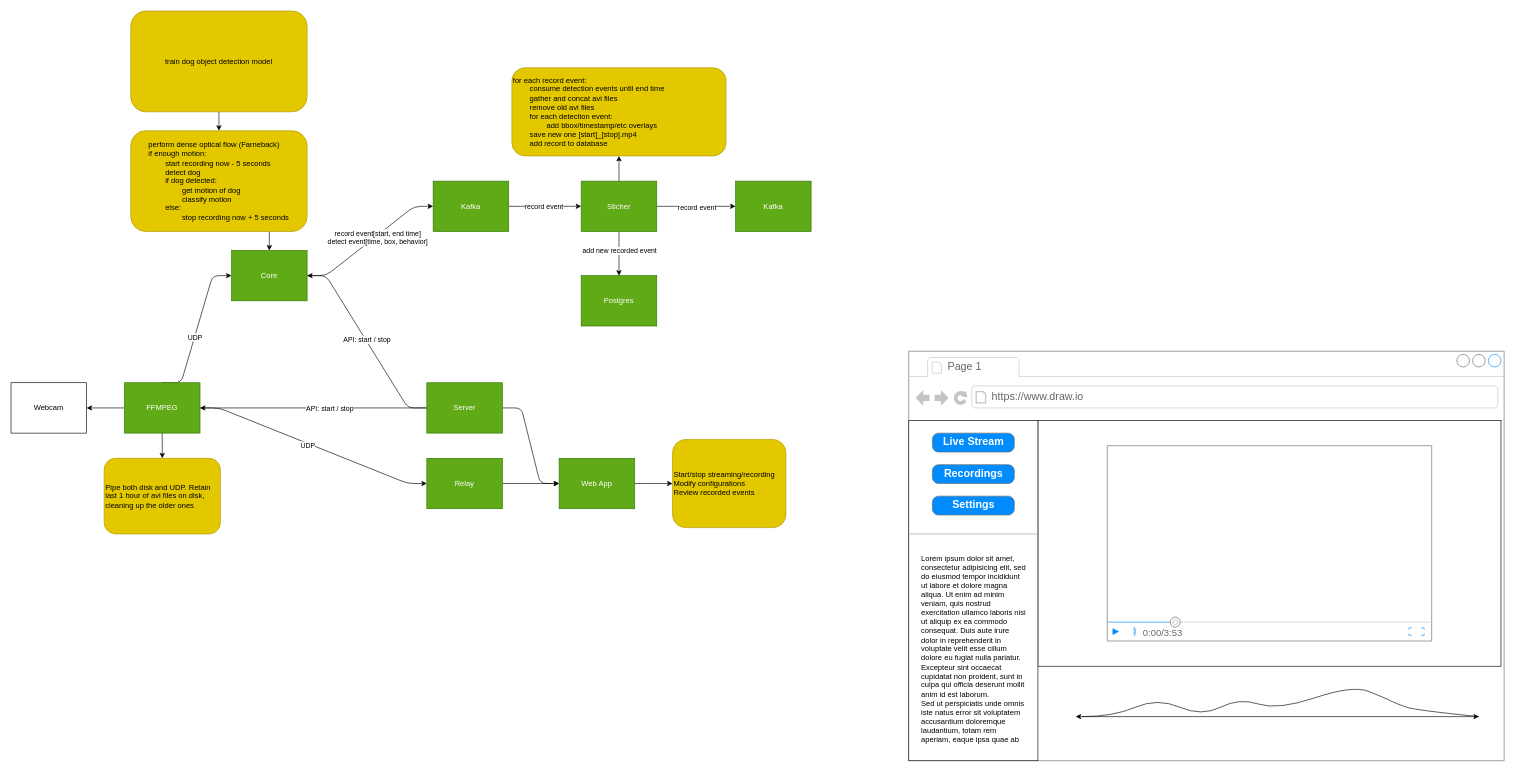
Earlier version of the draw.io diagram architecture.drawio (jackmead515/doggy_cam). Source tidied: cells renumbered, new cells numbered last; positions are measured from the earlier drawing's top-left corner, leaving out a move shared by most shapes. Both pictures are drawn from the tidied source at 63%, with x=0, y=0 at pixel (11, 11).
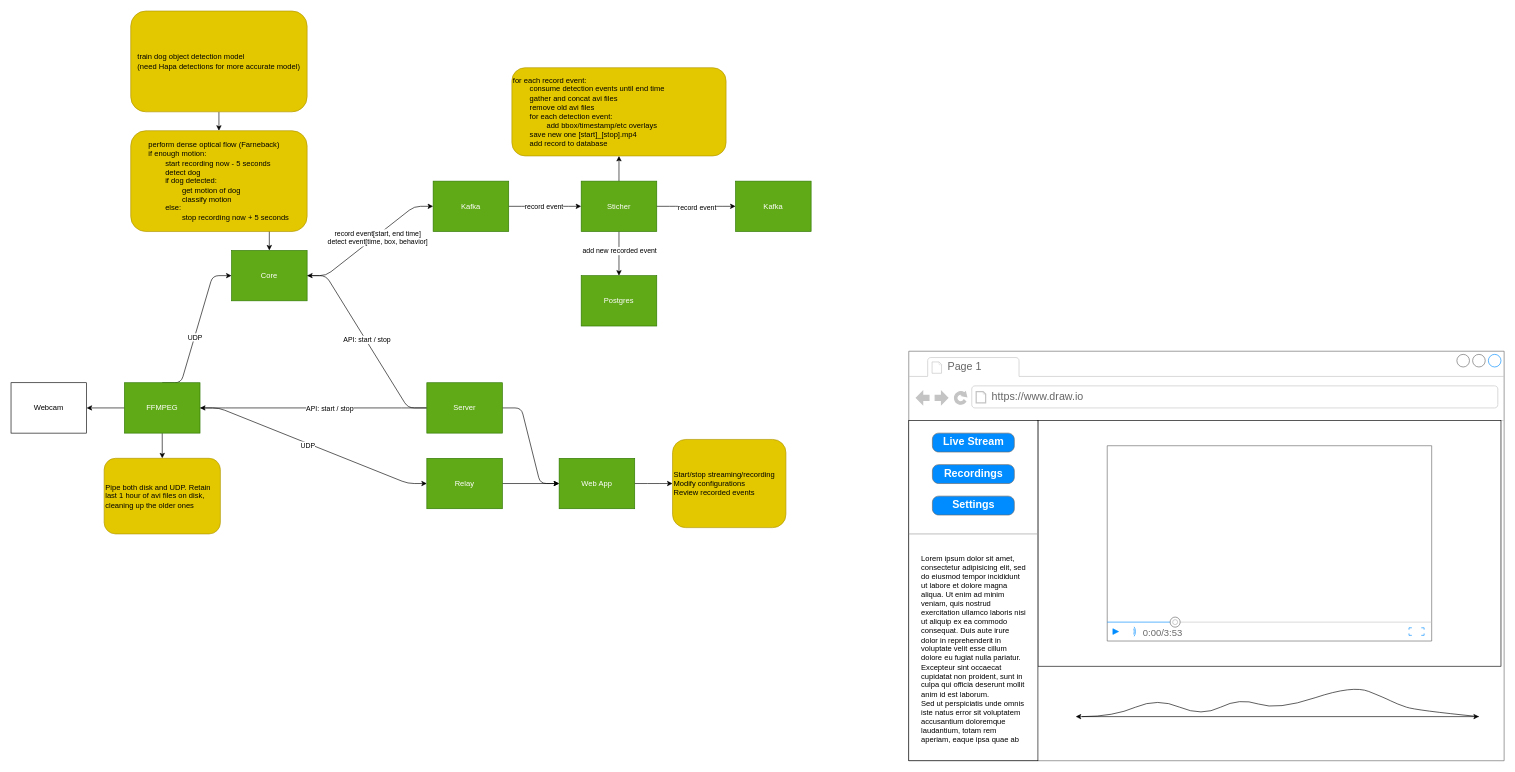
The same diagram, later.

The edit, as a diff of the source:
```diff
@@
-    <mxCell id="40" value="&lt;div style=&quot;text-align: left;&quot;&gt;train dog object detection model&lt;/div&gt;" style="rounded=1;whiteSpace=wrap;html=1;fillColor=#e3c800;fontColor=#000000;strokeColor=#B09500;" parent="1" vertex="1">
+    <mxCell id="40" value="&lt;div style=&quot;text-align: left;&quot;&gt;train dog object detection model&lt;br&gt;(need Hapa detections for more accurate model)&lt;/div&gt;" style="rounded=1;whiteSpace=wrap;html=1;fillColor=#e3c800;fontColor=#000000;strokeColor=#B09500;" parent="1" vertex="1">
       <mxGeometry x="190" width="280" height="160" as="geometry" />
     </mxCell>
```
